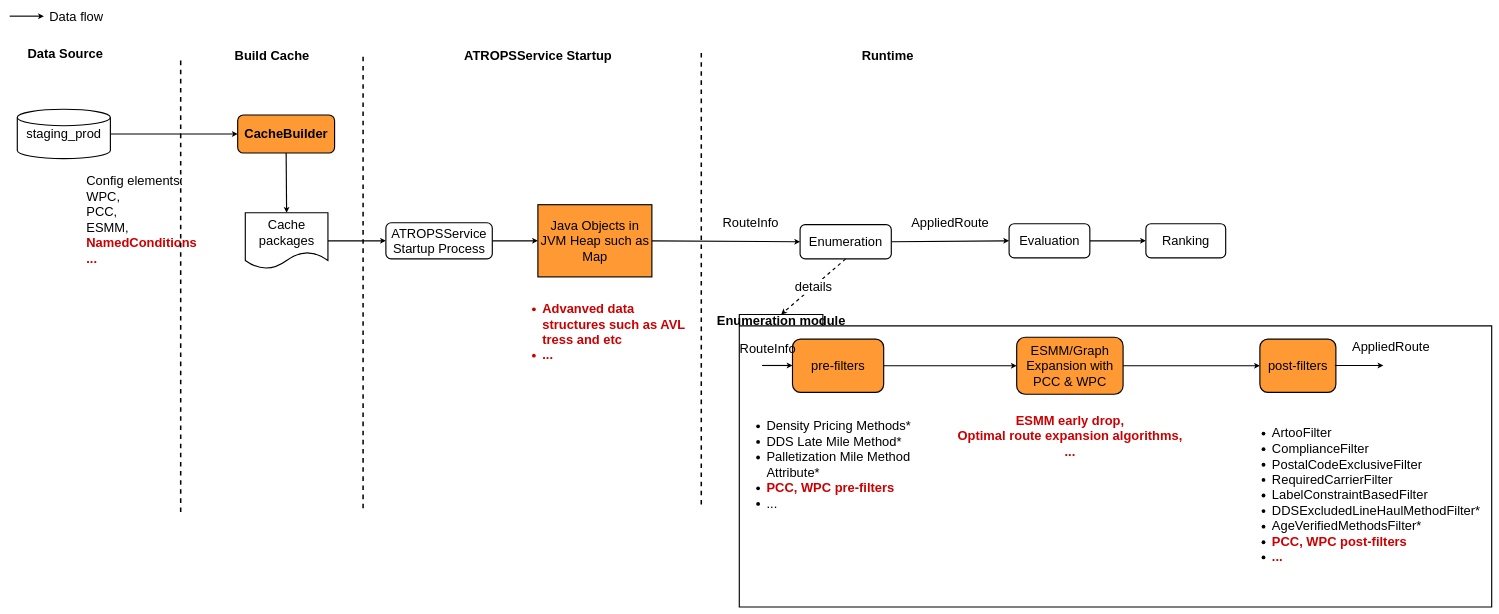
Before: page "Module_Across_Layers" (3 of 3) of PCC_dynamic_selection.drawio in PQMeng/draw.io-source-files, a draw.io diagram. Source tidied: cells renumbered, new cells numbered last; positions are measured from the earlier drawing's top-left corner, leaving out a move shared by most shapes. Both pictures are drawn from the tidied source at 38%, with x=0, y=0 at pixel (10, 6).
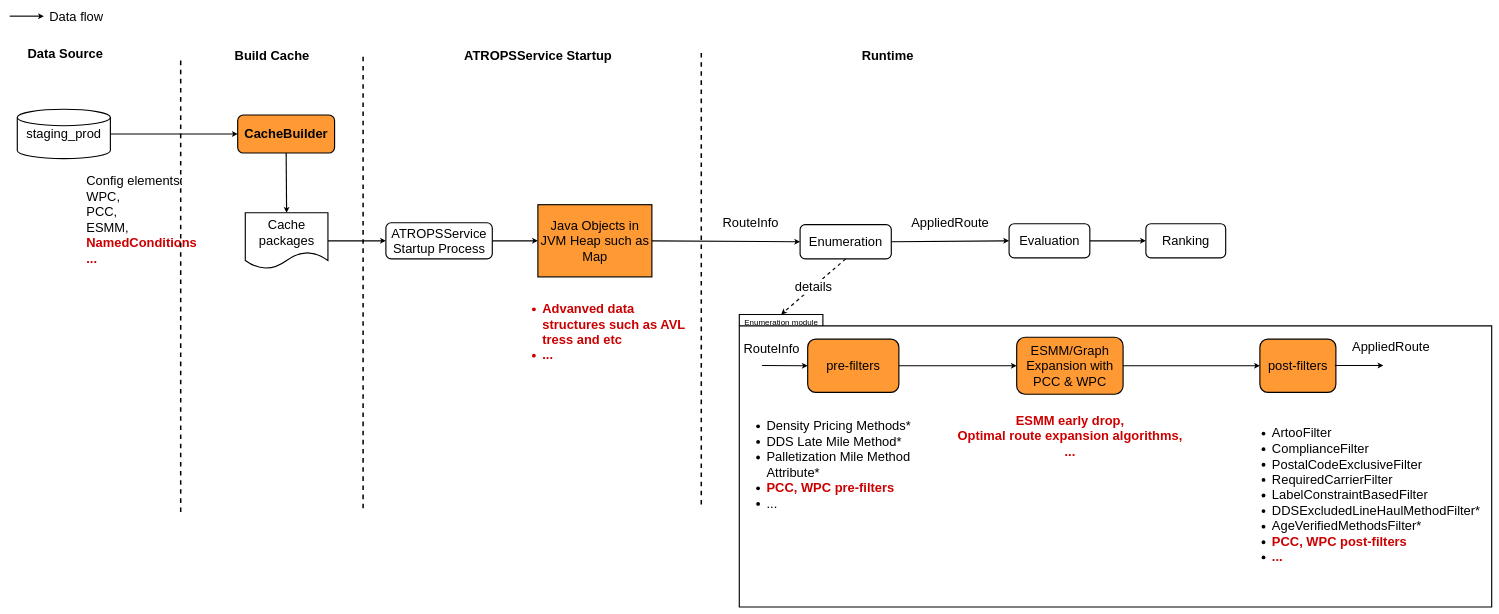
After the change.

What changed in the source:
```diff
@@
-    <mxCell id="2" value="&lt;b style=&quot;font-size: 34px;&quot;&gt;Enumeration module&lt;/b&gt;" style="shape=folder;fontStyle=0;tabWidth=220;tabHeight=30;tabPosition=left;html=1;boundedLbl=1;labelInHeader=1;fontSize=34;align=center;strokeWidth=3;" parent="1" vertex="1">
+    <mxCell id="2" value="&lt;font style=&quot;font-size: 21px;&quot;&gt;Enumeration module&lt;/font&gt;" style="shape=folder;fontStyle=0;tabWidth=220;tabHeight=30;tabPosition=left;html=1;boundedLbl=1;labelInHeader=1;fontSize=34;align=center;strokeWidth=3;" parent="1" vertex="1">
       <mxGeometry x="1920" y="810" width="1980" height="770" as="geometry" />
     </mxCell>
@@
     <mxCell id="4" value="pre-filters" style="rounded=1;whiteSpace=wrap;html=1;fontSize=34;align=center;fontStyle=0;strokeWidth=3;fillColor=#FF9933;" parent="2" vertex="1">
-      <mxGeometry x="140" y="65" width="240" height="140" as="geometry" />
+      <mxGeometry x="180" y="65" width="240" height="140" as="geometry" />
     </mxCell>
-    <mxCell id="5" style="endArrow=classic;html=1;rounded=0;fontSize=34;entryX=0;entryY=0.5;entryDx=0;entryDy=0;fontStyle=0;strokeWidth=3;" parent="2" edge="1">
+    <mxCell id="5" style="endArrow=classic;html=1;rounded=0;fontSize=34;entryX=0;entryY=0.5;entryDx=0;entryDy=0;fontStyle=0;strokeWidth=3;" parent="2" edge="1" target="4">
       <mxGeometry relative="1" as="geometry">
         <mxPoint x="60" y="134.3" as="sourcePoint" />
-        <mxPoint x="140" y="134.3" as="targetPoint" />
       </mxGeometry>
     </mxCell>
     <mxCell id="6" value="RouteInfo" style="text;html=1;strokeColor=none;fillColor=none;align=center;verticalAlign=middle;whiteSpace=wrap;rounded=0;fontSize=34;fontStyle=0;strokeWidth=3;" parent="2" vertex="1">
-      <mxGeometry x="10" y="65" width="130" height="50" as="geometry" />
+      <mxGeometry x="20" y="65" width="130" height="50" as="geometry" />
     </mxCell>
```
